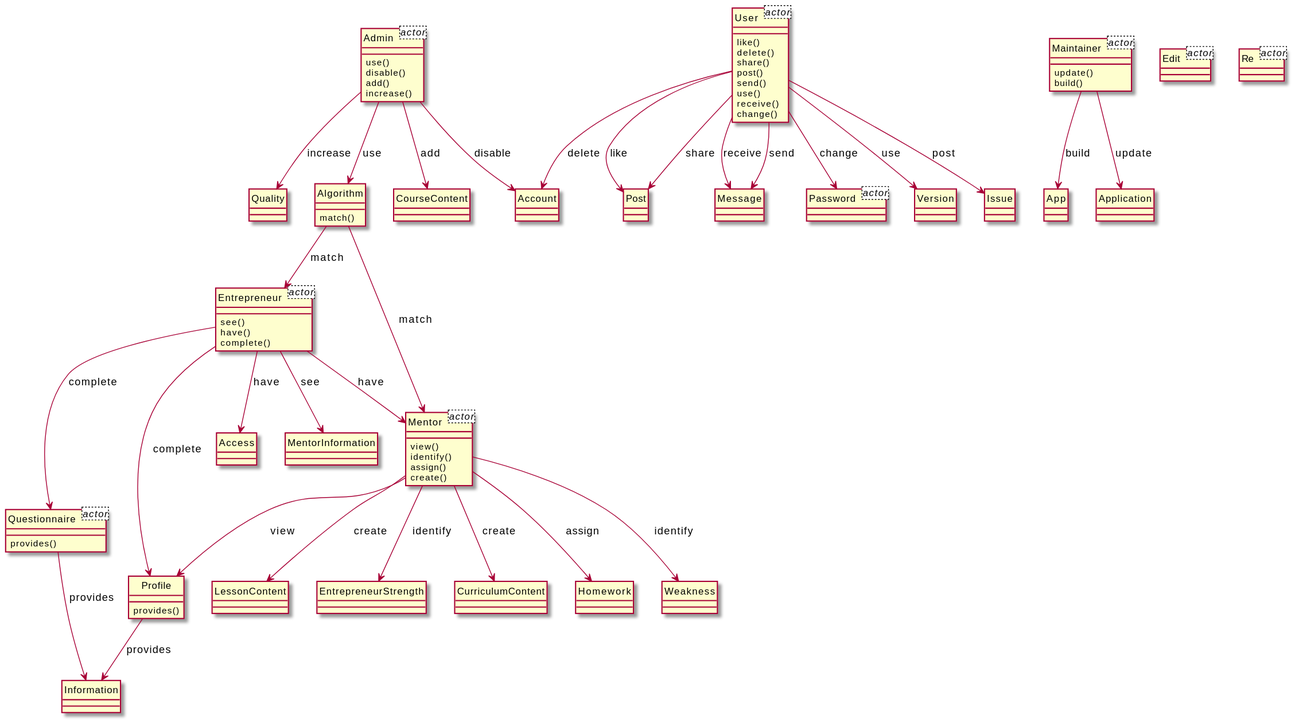
Before: output/diagram_5/2016-USC-Project08.svg, a diagram exported from PlantUML (xixixhalu/DomainModelExtractor).
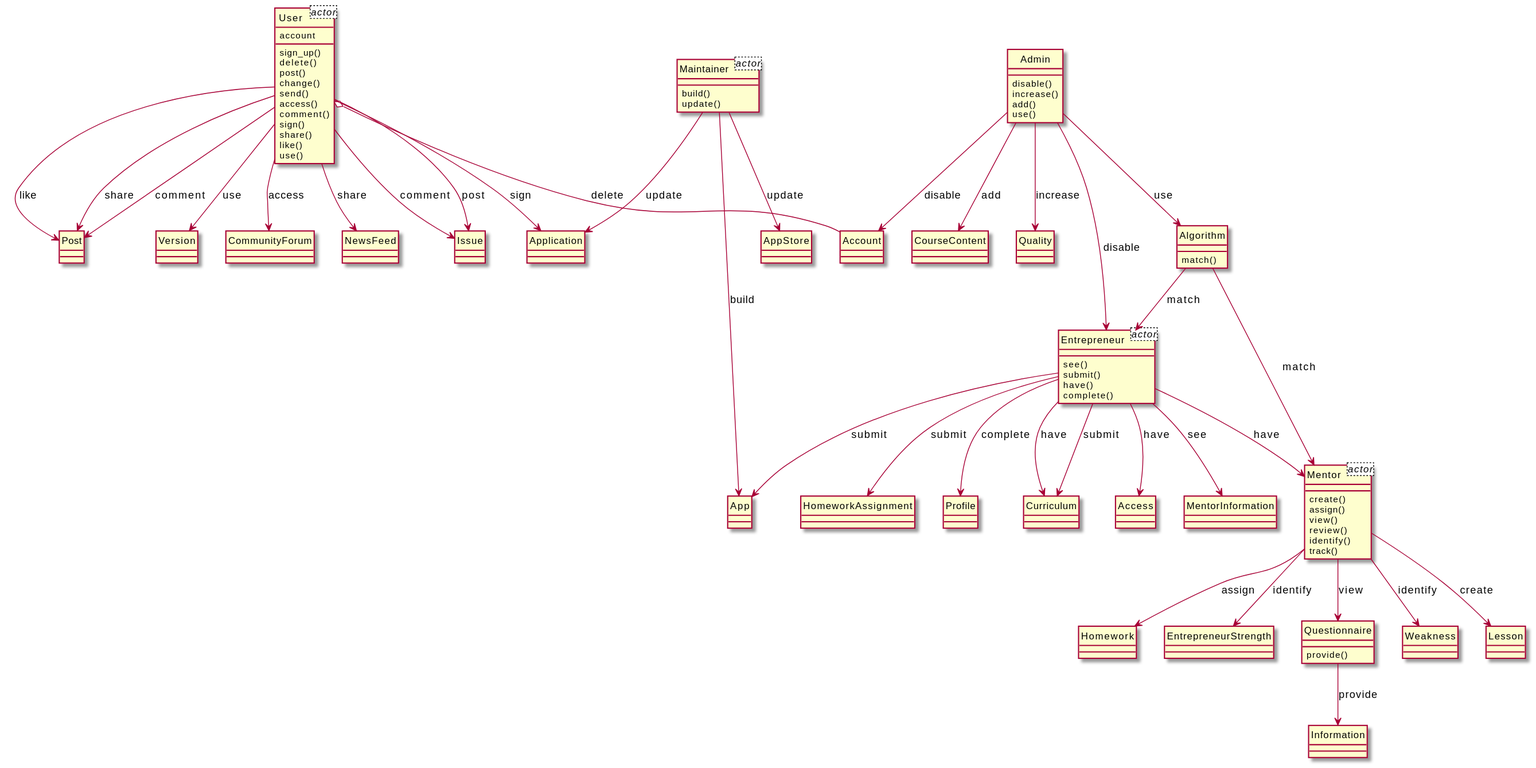
After the change.

Change to the diagram source:
```diff
@@ -1,126 +1,131 @@
 @startuml
 hide circle
-class Admin<actor> {
-}
 class User<actor> {
+	account
 }
 class Maintainer<actor> {
-}
-class Password<actor> {
 }
 class Entrepreneur<actor> {
 }
 class Mentor<actor> {
 }
-class Questionnaire<actor> {
+class Mentor {
+	create()
+	assign()
+	view()
+	review()
+	identify()
+	track()
 }
-class Edit<actor> {
+class Homework {
 }
-class Re<actor> {
+class Admin {
+	disable()
+	increase()
+	add()
+	use()
+}
+class EntrepreneurStrength {
+}
+class User {
+	sign_up()
+	delete()
+	post()
+	change()
+	send()
+	access()
+	comment()
+	sign()
+	share()
+	like()
+	use()
+}
+class Algorithm {
+	match()
 }
 class Maintainer {
+	build()
 	update()
-	build()
 }
-class App {
+class Application {
 }
-class Admin {
-	use()
-	disable()
-	add()
-	increase()
-}
-class Quality {
-}
-class Mentor {
-	view()
-	identify()
-	assign()
-	create()
-}
-class Weakness {
-}
-class Entrepreneur {
-	see()
-	have()
-	complete()
-}
-class Profile {
-	provides()
+class Questionnaire {
+	provide()
 }
 class Information {
 }
 class Account {
 }
-class User {
-	like()
-	delete()
-	share()
-	post()
-	send()
-	use()
-	receive()
-	change()
+class Entrepreneur {
+	see()
+	submit()
+	have()
+	complete()
+}
+class Weakness {
 }
 class Version {
+}
+class CourseContent {
+}
+class Curriculum {
+}
+class MentorInformation {
+}
+class HomeworkAssignment {
+}
+class CommunityForum {
+}
+class NewsFeed {
 }
 class Issue {
 }
 class Post {
 }
-class Application {
+class Quality {
+}
+class App {
+}
+class Lesson {
+}
+class Profile {
 }
 class Access {
 }
-class Algorithm {
-	match()
+class AppStore {
 }
-class Message {
-}
-class LessonContent {
-}
-class Password {
-}
-class MentorInformation {
-}
-class Questionnaire {
-	provides()
-}
-class EntrepreneurStrength {
-}
-class CurriculumContent {
-}
-class Homework {
-}
-class CourseContent {
-}
+User --> Post : comment
+Maintainer --> Application : update
+Admin --> Algorithm : use
+Entrepreneur --> Curriculum : have
+Entrepreneur --> Access : have
 Mentor --> Homework : assign
+User --> Issue : comment
+Entrepreneur --> HomeworkAssignment : submit
+Questionnaire --> Information : provide
+Entrepreneur --> App : submit
+User --> CommunityForum : access
+User o-- Account : delete
+Maintainer --> AppStore : update
+Entrepreneur --> Mentor : have
+User --> Post : like
+User --> NewsFeed : share
+User --> Application : sign
+Mentor --> Questionnaire : view
+Admin --> Account : disable
+User --> Issue : post
+Entrepreneur --> Profile : complete
+Mentor --> Weakness : identify
+User --> Post : share
+User --> Version : use
+Admin --> Quality : increase
+Admin --> CourseContent : add
+Entrepreneur --> MentorInformation : see
+Mentor --> EntrepreneurStrength : identify
 Maintainer --> App : build
-Entrepreneur --> Profile : complete
-User --> Message : receive
-User --> Message : send
-Profile --> Information : provides
-Admin --> CourseContent : add
-User --> Post : like
-Admin --> Quality : increase
-Mentor --> LessonContent : create
-Admin --> Account : disable
-User --> Password : change
-Mentor --> Weakness : identify
-Entrepreneur --> MentorInformation : see
-User --> Version : use
-User --> Account : delete
-Questionnaire --> Information : provides
-User --> Issue : post
-Mentor --> Profile : view
-Mentor --> EntrepreneurStrength : identify
-User --> Post : share
-Entrepreneur --> Questionnaire : complete
-Maintainer --> Application : update
+Admin --> Entrepreneur : disable
+Algorithm --> Entrepreneur : match
+Mentor --> Lesson : create
+Entrepreneur --> Curriculum : submit
 Algorithm --> Mentor : match
-Mentor --> CurriculumContent : create
-Entrepreneur --> Access : have
-Entrepreneur --> Mentor : have
-Admin --> Algorithm : use
-Algorithm --> Entrepreneur : match
 @enduml
```
